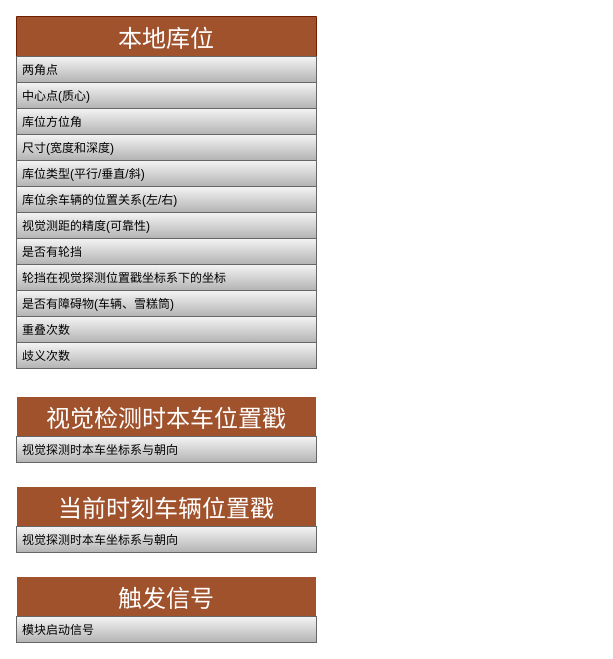
The draw.io diagram 未命名绘图.drawio in bugquella/diagrams, before the edit. Source tidied: cells renumbered, new cells numbered last; positions are measured from the earlier drawing's top-left corner, leaving out a move shared by most shapes. Both pictures are drawn from the tidied source at 100%, with x=0, y=0 at pixel (16, 16).
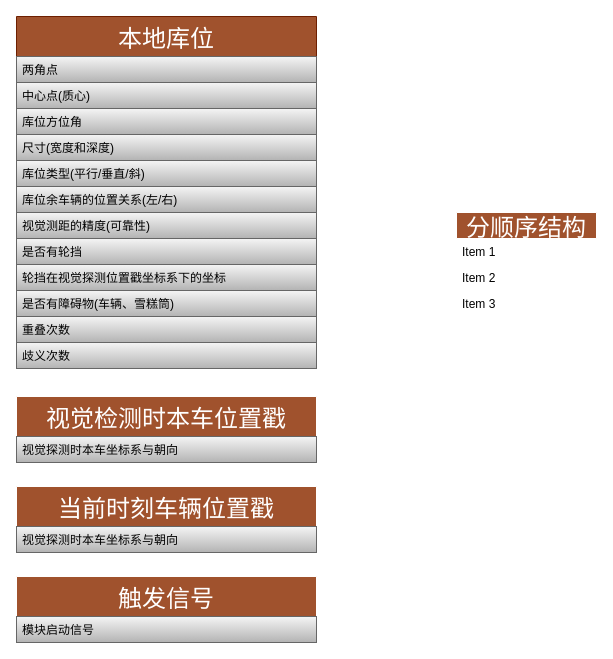
After the change.

Commit message:
更新未命名绘图.drawio

What changed in the source:
```diff
@@
+    <mxCell id="21" value="分顺序结构" style="swimlane;fontStyle=0;horizontal=1;startSize=26;fontSize=24;fontColor=#FFFFFF;strokeColor=#FFFFFF;fillColor=#A0522D;" parent="1" vertex="1">
+      <mxGeometry x="440" y="196" width="140" height="104" as="geometry" />
+    </mxCell>
+    <mxCell id="22" value="Item 1" style="text;strokeColor=none;fillColor=none;align=left;verticalAlign=top;spacingLeft=4;spacingRight=4;overflow=hidden;" parent="21" vertex="1">
+      <mxGeometry y="26" width="140" height="26" as="geometry" />
+    </mxCell>
+    <mxCell id="23" value="Item 2" style="text;strokeColor=none;fillColor=none;align=left;verticalAlign=top;spacingLeft=4;spacingRight=4;overflow=hidden;" parent="21" vertex="1">
+      <mxGeometry y="52" width="140" height="26" as="geometry" />
+    </mxCell>
+    <mxCell id="24" value="Item 3" style="text;strokeColor=none;fillColor=none;align=left;verticalAlign=top;spacingLeft=4;spacingRight=4;overflow=hidden;" parent="21" vertex="1">
+      <mxGeometry y="78" width="140" height="26" as="geometry" />
+    </mxCell>
```
